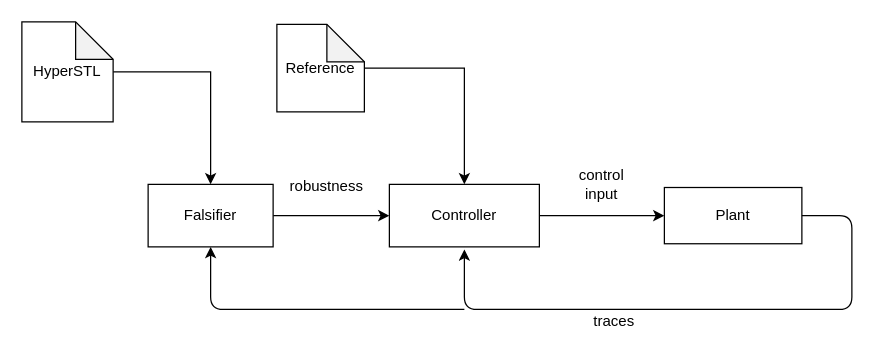
This is proposal.drawio from ciniks117/diagrams, a draw.io file, before an edit. Source tidied: cells renumbered, new cells numbered last; positions are measured from the earlier drawing's top-left corner, leaving out a move shared by most shapes. Both pictures are drawn from the tidied source at 125%, with x=0, y=0 at pixel (21, 21).
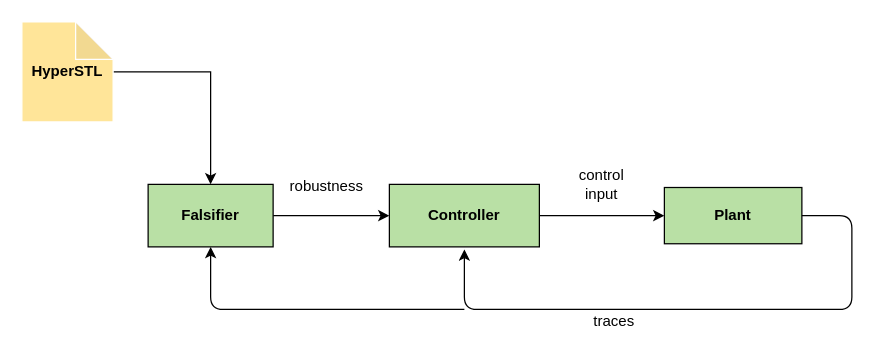
The same diagram, later.

The edit, as a diff of the source:
```diff
@@
-    <mxCell id="3" value="Falsifier" style="rounded=0;whiteSpace=wrap;html=1;" parent="1" vertex="1">
+    <mxCell id="3" value="&lt;b&gt;Falsifier&lt;/b&gt;" style="rounded=0;whiteSpace=wrap;html=1;fillColor=#B9E0A5;" parent="1" vertex="1">
       <mxGeometry x="101" y="130" width="100" height="50" as="geometry" />
     </mxCell>
@@
-    <mxCell id="5" value="Controller" style="rounded=0;whiteSpace=wrap;html=1;" parent="1" vertex="1">
+    <mxCell id="5" value="&lt;b&gt;Controller&lt;/b&gt;" style="rounded=0;whiteSpace=wrap;html=1;fillColor=#B9E0A5;" parent="1" vertex="1">
       <mxGeometry x="294" y="130" width="120" height="50" as="geometry" />
     </mxCell>
-    <mxCell id="6" value="Plant" style="rounded=0;whiteSpace=wrap;html=1;" parent="1" vertex="1">
+    <mxCell id="6" value="&lt;b&gt;Plant&lt;/b&gt;" style="rounded=0;whiteSpace=wrap;html=1;fillColor=#B9E0A5;" parent="1" vertex="1">
       <mxGeometry x="514" y="132.5" width="110" height="45" as="geometry" />
     </mxCell>
@@
-    <mxCell id="8" value="HyperSTL" style="shape=note;whiteSpace=wrap;html=1;backgroundOutline=1;darkOpacity=0.05;" parent="1" vertex="1">
+    <mxCell id="8" value="&lt;b&gt;HyperSTL&lt;/b&gt;" style="shape=note;whiteSpace=wrap;html=1;backgroundOutline=1;darkOpacity=0.05;fillColor=#FFE599;strokeColor=#FFFFFF;" parent="1" vertex="1">
       <mxGeometry width="73" height="80" as="geometry" />
     </mxCell>
@@
-    <mxCell id="14" style="edgeStyle=orthogonalEdgeStyle;rounded=0;jettySize=auto;html=1;entryX=0.5;entryY=0;entryDx=0;entryDy=0;" parent="1" edge="1" source="15" target="5">
-      <mxGeometry relative="1" as="geometry" />
-    </mxCell>
-    <mxCell id="15" value="Reference" style="shape=note;whiteSpace=wrap;html=1;backgroundOutline=1;darkOpacity=0.05;" parent="1" vertex="1">
-      <mxGeometry x="204" y="2" width="70" height="70" as="geometry" />
-    </mxCell>
```
